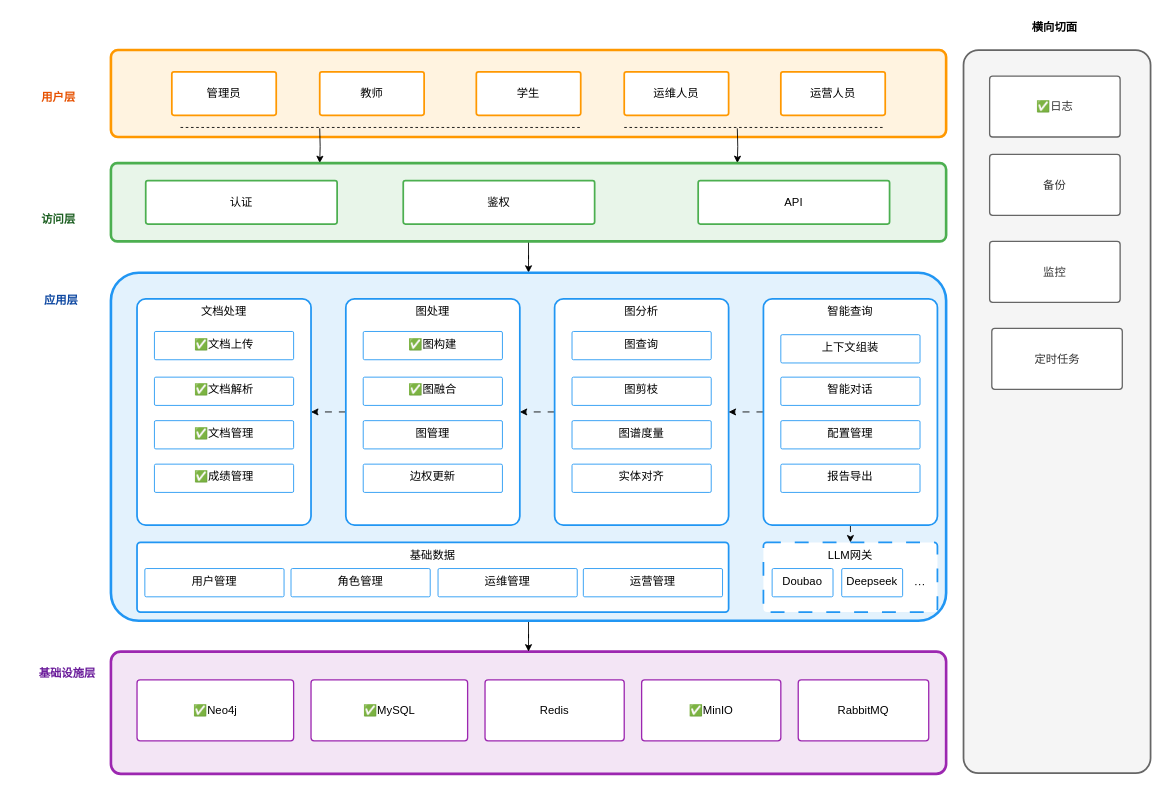
The draw.io diagram docs/design-view/dev-view/diagrams/structure/layered-architecture.drawio in Eliauk-L/GraphNexus, before the edit. Source tidied: cells renumbered, new cells numbered last; positions are measured from the earlier drawing's top-left corner, leaving out a move shared by most shapes. Both pictures are drawn from the tidied source at 87%, with x=0, y=0 at pixel (15, 15).
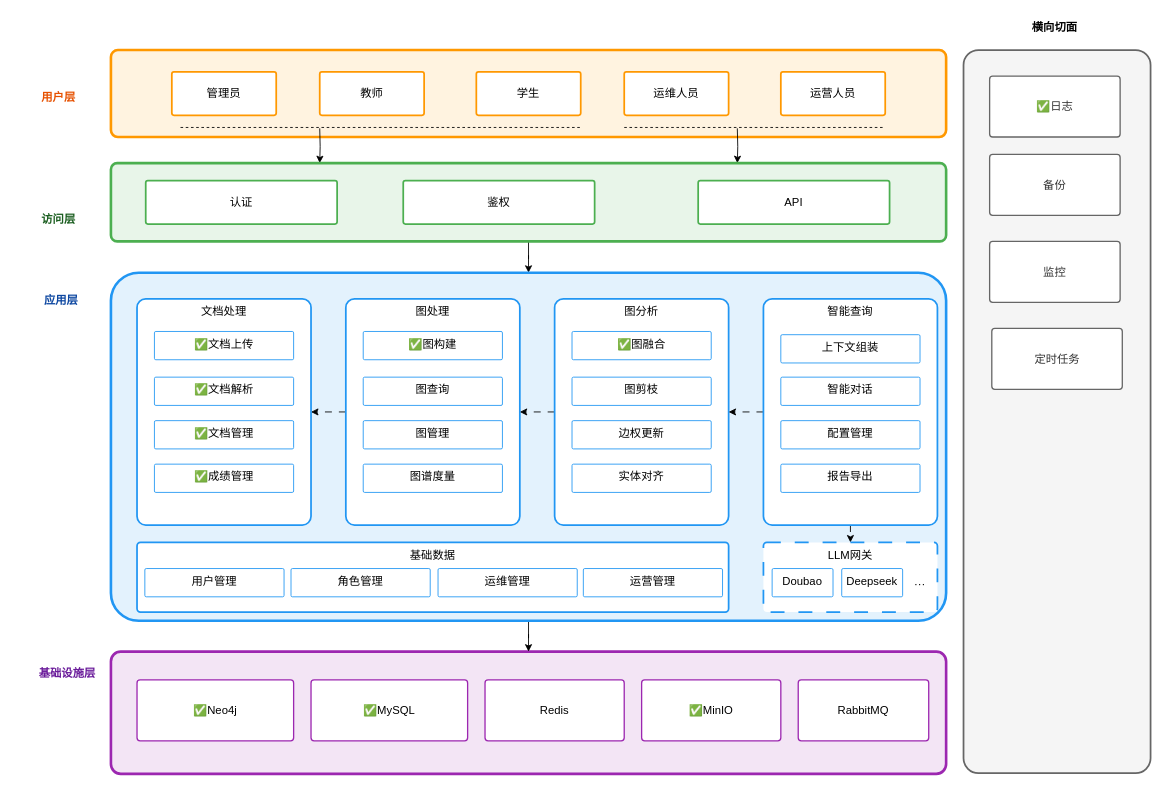
The same page after the edit.

The edit, as a diff of the source:
```diff
@@
-    <mxCell id="46" value="✅图融合" style="rounded=1;whiteSpace=wrap;fillColor=#ffffff;strokeColor=#2196F3;strokeWidth=1;fontSize=13;arcSize=5;align=center;verticalAlign=top;" parent="1" vertex="1">
+    <mxCell id="46" value="图查询" style="rounded=1;whiteSpace=wrap;fillColor=#ffffff;strokeColor=#2196F3;strokeWidth=1;fontSize=13;arcSize=5;align=center;verticalAlign=top;" parent="1" vertex="1">
       <mxGeometry x="400" y="416" width="160" height="32.5" as="geometry" />
     </mxCell>
-    <mxCell id="47" value="图查询" style="rounded=1;whiteSpace=wrap;fillColor=#ffffff;strokeColor=#2196F3;strokeWidth=1;fontSize=13;arcSize=5;align=center;verticalAlign=top;" parent="1" vertex="1">
+    <mxCell id="47" value="✅图融合" style="rounded=1;whiteSpace=wrap;fillColor=#ffffff;strokeColor=#2196F3;strokeWidth=1;fontSize=13;arcSize=5;align=center;verticalAlign=top;" parent="1" vertex="1">
       <mxGeometry x="640" y="363.5" width="160" height="32.5" as="geometry" />
     </mxCell>
@@
-    <mxCell id="50" value="边权更新" style="rounded=1;whiteSpace=wrap;fillColor=#ffffff;strokeColor=#2196F3;strokeWidth=1;fontSize=13;arcSize=5;align=center;verticalAlign=top;" parent="1" vertex="1">
+    <mxCell id="50" value="图谱度量" style="rounded=1;whiteSpace=wrap;fillColor=#ffffff;strokeColor=#2196F3;strokeWidth=1;fontSize=13;arcSize=5;align=center;verticalAlign=top;" parent="1" vertex="1">
       <mxGeometry x="400" y="516" width="160" height="32.5" as="geometry" />
     </mxCell>
@@
-    <mxCell id="61" value="图谱度量" style="rounded=1;whiteSpace=wrap;fillColor=#ffffff;strokeColor=#2196F3;strokeWidth=1;fontSize=13;arcSize=5;align=center;verticalAlign=top;" parent="1" vertex="1">
+    <mxCell id="61" value="边权更新" style="rounded=1;whiteSpace=wrap;fillColor=#ffffff;strokeColor=#2196F3;strokeWidth=1;fontSize=13;arcSize=5;align=center;verticalAlign=top;" parent="1" vertex="1">
       <mxGeometry x="640" y="466" width="160" height="32.5" as="geometry" />
     </mxCell>
```
